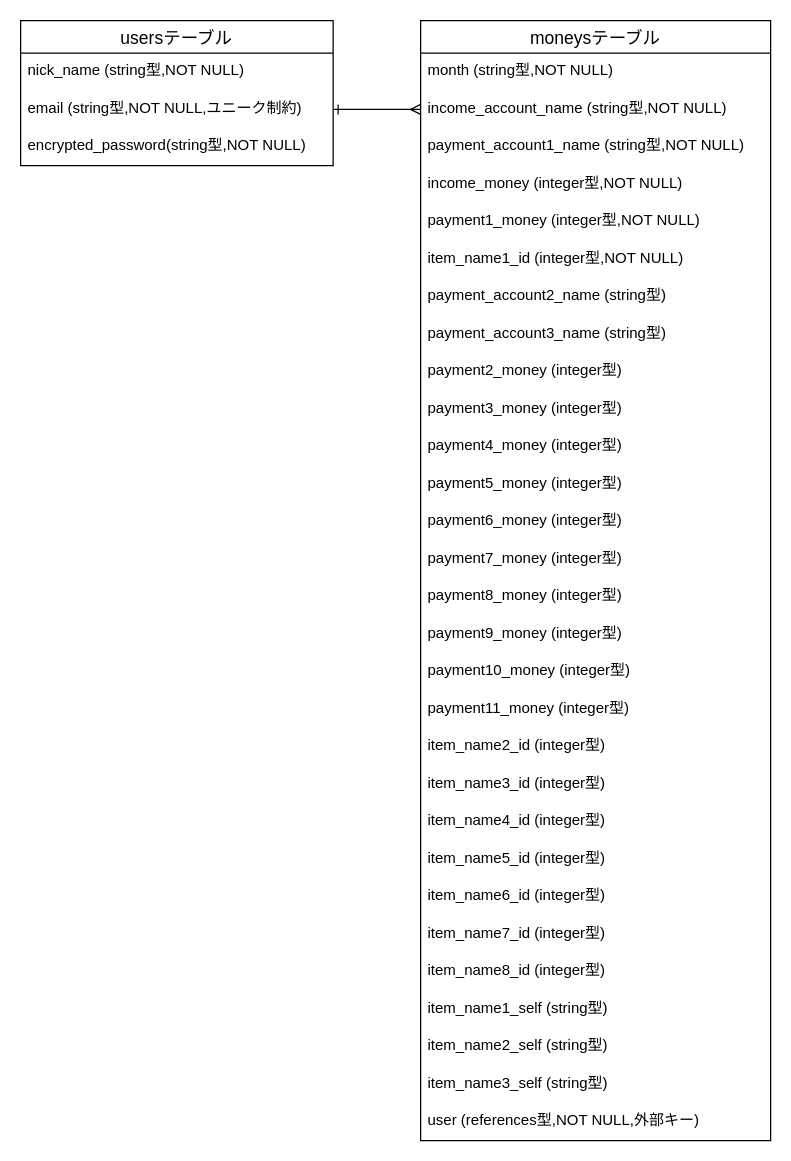
The draw.io diagram ER.dio in harukakak/rakubo, before the edit. Source tidied: cells renumbered, new cells numbered last; positions are measured from the earlier drawing's top-left corner, leaving out a move shared by most shapes. Both pictures are drawn from the tidied source at 125%, with x=0, y=0 at pixel (20, 20).
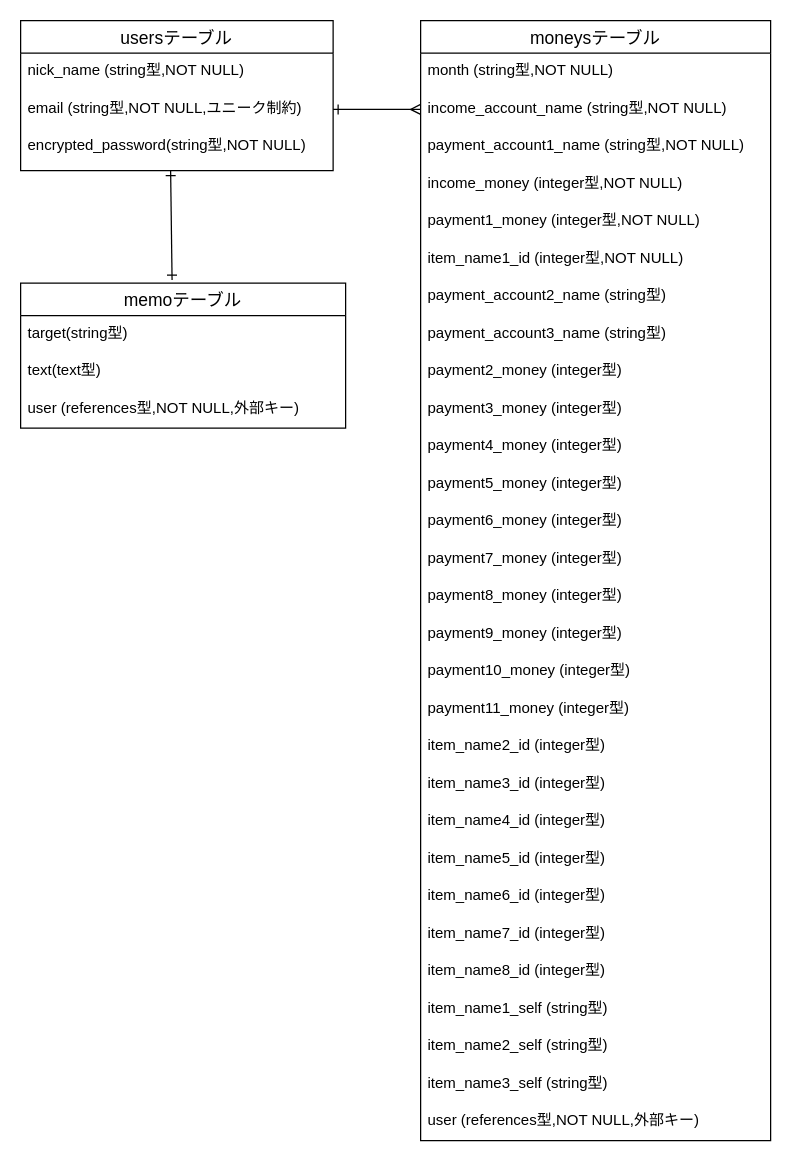
The same page after the edit.

Diff of the diagram source:
```diff
@@
     <mxCell id="2" value="usersテーブル" style="swimlane;fontStyle=0;horizontal=1;startSize=26;align=center;fontSize=14;" parent="1" vertex="1">
-      <mxGeometry width="250" height="116" as="geometry" />
+      <mxGeometry width="250" height="120" as="geometry" />
     </mxCell>
@@
     <mxCell id="5" value="encrypted_password(string型,NOT NULL)" style="text;strokeColor=none;fillColor=none;spacingLeft=4;spacingRight=4;overflow=hidden;fontSize=12;" parent="2" vertex="1">
-      <mxGeometry y="86" width="250" height="30" as="geometry" />
+      <mxGeometry y="86" width="250" height="34" as="geometry" />
     </mxCell>
@@
+    <mxCell id="37" style="edgeStyle=none;html=1;endArrow=ERone;endFill=0;startArrow=ERone;startFill=0;exitX=0.466;exitY=-0.021;exitDx=0;exitDy=0;exitPerimeter=0;" parent="1" edge="1" source="38">
+      <mxGeometry relative="1" as="geometry">
+        <mxPoint x="120" y="120" as="targetPoint" />
+      </mxGeometry>
+    </mxCell>
+    <mxCell id="38" value="memoテーブル" style="swimlane;fontStyle=0;horizontal=1;startSize=26;align=center;fontSize=14;" parent="1" vertex="1">
+      <mxGeometry y="210" width="260" height="116" as="geometry" />
+    </mxCell>
+    <mxCell id="39" value="target(string型)" style="text;strokeColor=none;fillColor=none;spacingLeft=4;spacingRight=4;overflow=hidden;fontSize=12;" parent="38" vertex="1">
+      <mxGeometry y="26" width="260" height="30" as="geometry" />
+    </mxCell>
+    <mxCell id="40" value="text(text型)" style="text;strokeColor=none;fillColor=none;spacingLeft=4;spacingRight=4;overflow=hidden;fontSize=12;" parent="38" vertex="1">
+      <mxGeometry y="56" width="260" height="30" as="geometry" />
+    </mxCell>
+    <mxCell id="41" value="user (references型,NOT NULL,外部キー)" style="text;strokeColor=none;fillColor=none;spacingLeft=4;spacingRight=4;overflow=hidden;fontSize=12;" parent="38" vertex="1">
+      <mxGeometry y="86" width="260" height="30" as="geometry" />
+    </mxCell>
```
